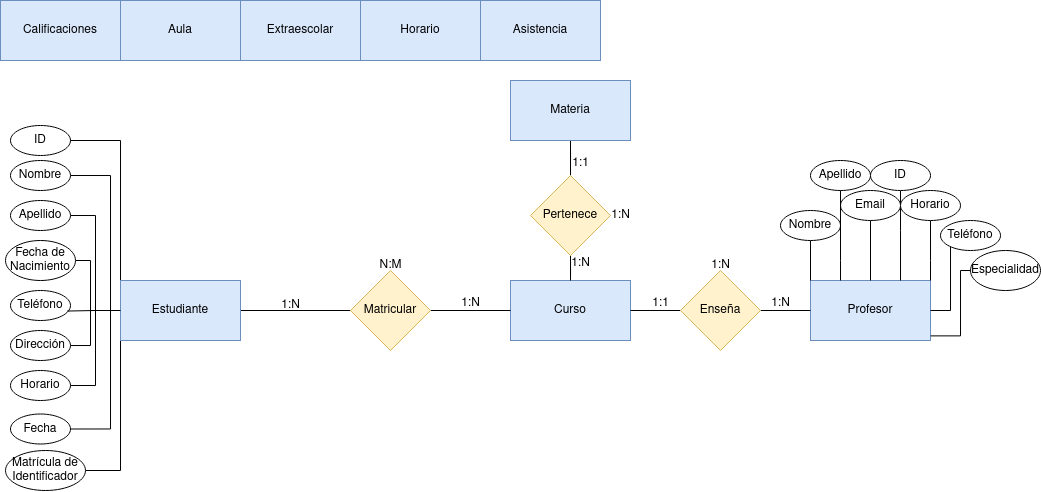
Before: diagrama-tarea2.png, a diagram exported from draw.io (GermanOjeda/base-datos). Source tidied: cells renumbered, new cells last; positions are measured from the earlier drawing's top-left corner, leaving out a move shared by most shapes.
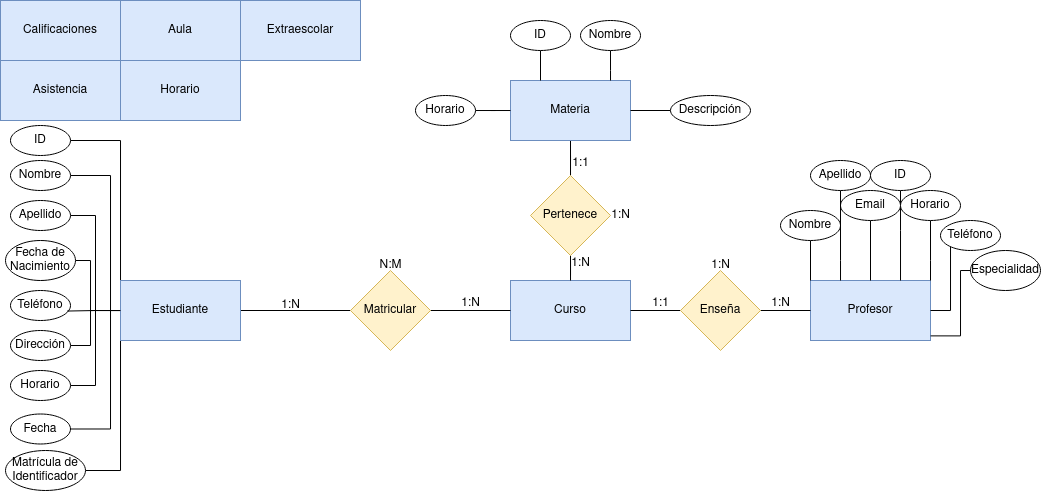
The same file after the commit.

What changed in the source:
```diff
@@ -139,13 +139,13 @@
       <mxGeometry x="120" width="120" height="60" as="geometry" />
     </mxCell>
     <mxCell id="38" value="Asistencia" style="rounded=0;whiteSpace=wrap;html=1;fillColor=#dae8fc;strokeColor=#6c8ebf;" parent="1" vertex="1">
-      <mxGeometry x="480" width="120" height="60" as="geometry" />
+      <mxGeometry y="60" width="120" height="60" as="geometry" />
     </mxCell>
     <mxCell id="39" value="Calificaciones" style="rounded=0;whiteSpace=wrap;html=1;fillColor=#dae8fc;strokeColor=#6c8ebf;" parent="1" vertex="1">
       <mxGeometry width="120" height="60" as="geometry" />
     </mxCell>
     <mxCell id="40" value="Horario" style="rounded=0;whiteSpace=wrap;html=1;fillColor=#dae8fc;strokeColor=#6c8ebf;" parent="1" vertex="1">
-      <mxGeometry x="360" width="120" height="60" as="geometry" />
+      <mxGeometry x="120" y="60" width="120" height="60" as="geometry" />
     </mxCell>
     <mxCell id="41" value="Extraescolar" style="rounded=0;whiteSpace=wrap;html=1;fillColor=#dae8fc;strokeColor=#6c8ebf;" parent="1" vertex="1">
       <mxGeometry x="240" width="120" height="60" as="geometry" />
@@ -231,5 +231,39 @@
     <mxCell id="60" value="1:N" style="text;html=1;align=center;verticalAlign=middle;strokeColor=none;fillColor=none;" parent="1" vertex="1">
       <mxGeometry x="600" y="200" width="40" height="30" as="geometry" />
     </mxCell>
+    <mxCell id="61" style="edgeStyle=orthogonalEdgeStyle;rounded=0;jettySize=auto;html=1;endArrow=none;endFill=0;" parent="1" edge="1" source="62" target="36">
+      <mxGeometry relative="1" as="geometry">
+        <Array as="points">
+          <mxPoint x="540" y="80" />
+          <mxPoint x="540" y="80" />
+        </Array>
+      </mxGeometry>
+    </mxCell>
+    <mxCell id="62" value="ID" style="ellipse;whiteSpace=wrap;html=1;" parent="1" vertex="1">
+      <mxGeometry x="510" y="20" width="60" height="30" as="geometry" />
+    </mxCell>
+    <mxCell id="63" style="edgeStyle=orthogonalEdgeStyle;rounded=0;jettySize=auto;html=1;endArrow=none;endFill=0;" parent="1" edge="1" source="64" target="36">
+      <mxGeometry relative="1" as="geometry">
+        <Array as="points">
+          <mxPoint x="610" y="70" />
+          <mxPoint x="610" y="70" />
+        </Array>
+      </mxGeometry>
+    </mxCell>
+    <mxCell id="64" value="Nombre" style="ellipse;whiteSpace=wrap;html=1;" parent="1" vertex="1">
+      <mxGeometry x="580" y="20" width="60" height="30" as="geometry" />
+    </mxCell>
+    <mxCell id="65" style="edgeStyle=orthogonalEdgeStyle;rounded=0;jettySize=auto;html=1;entryX=1;entryY=0.5;entryDx=0;entryDy=0;endArrow=none;endFill=0;" parent="1" edge="1" source="66" target="36">
+      <mxGeometry relative="1" as="geometry" />
+    </mxCell>
+    <mxCell id="66" value="Descripción" style="ellipse;whiteSpace=wrap;html=1;" parent="1" vertex="1">
+      <mxGeometry x="670" y="95" width="80" height="30" as="geometry" />
+    </mxCell>
+    <mxCell id="67" style="edgeStyle=orthogonalEdgeStyle;rounded=0;jettySize=auto;html=1;endArrow=none;endFill=0;" parent="1" edge="1" source="68" target="36">
+      <mxGeometry relative="1" as="geometry" />
+    </mxCell>
+    <mxCell id="68" value="Horario" style="ellipse;whiteSpace=wrap;html=1;" parent="1" vertex="1">
+      <mxGeometry x="415" y="95" width="60" height="30" as="geometry" />
+    </mxCell>
   </root>
 </mxGraphModel>
```
